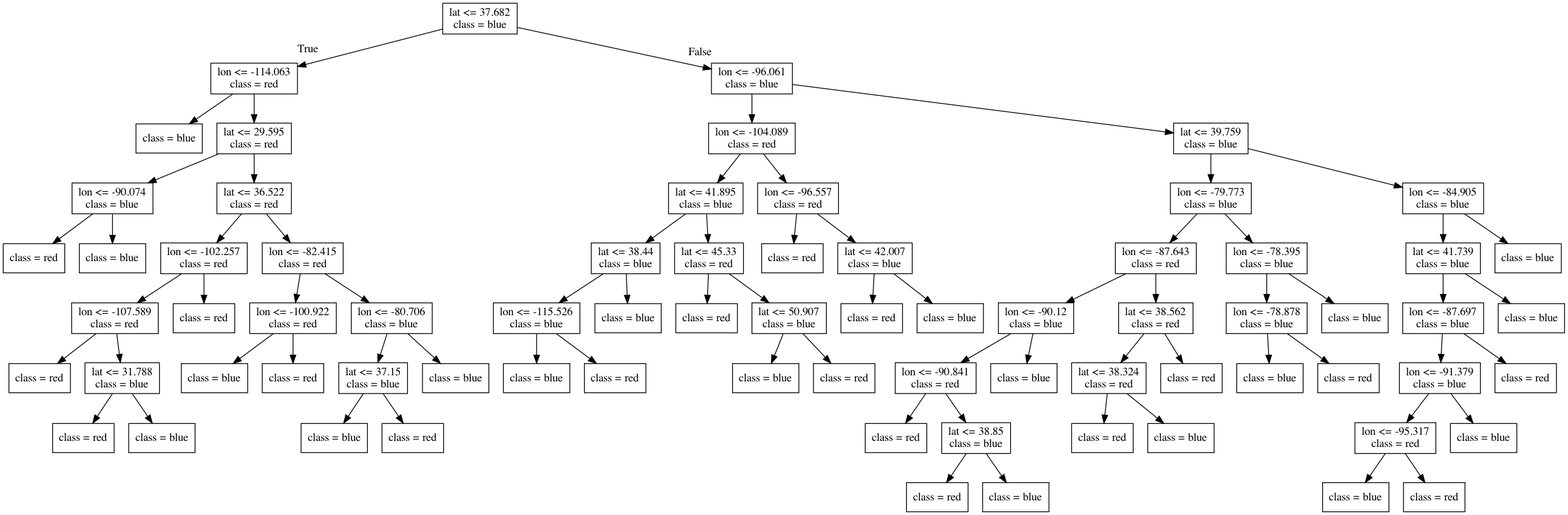
Above: lectures/Source.gv.png in bait509-ubc/BAIT509 (Graphviz), before the change. Its source is kept beside it as lectures/Source.gv.
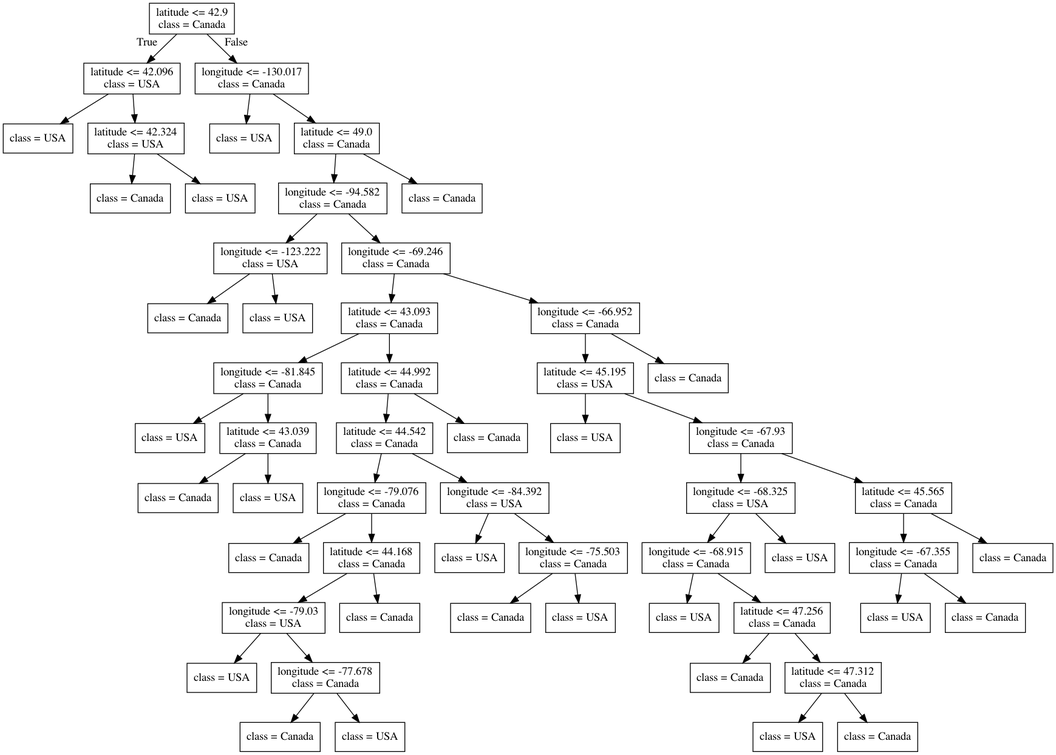
After the commit.

Change to the diagram source:
```diff
@@ -1,148 +1,116 @@
 digraph Tree {
 node [shape=box] ;
-0 [label="lat <= 37.682\nclass = blue"] ;
-1 [label="lon <= -114.063\nclass = red"] ;
+0 [label="latitude <= 42.9\nclass = Canada"] ;
+1 [label="latitude <= 42.096\nclass = USA"] ;
 0 -> 1 [labeldistance=2.5, labelangle=45, headlabel="True"] ;
-2 [label="class = blue"] ;
+2 [label="class = USA"] ;
 1 -> 2 ;
-3 [label="lat <= 29.595\nclass = red"] ;
+3 [label="latitude <= 42.324\nclass = USA"] ;
 1 -> 3 ;
-4 [label="lon <= -90.074\nclass = blue"] ;
+4 [label="class = Canada"] ;
 3 -> 4 ;
-5 [label="class = red"] ;
-4 -> 5 ;
-6 [label="class = blue"] ;
-4 -> 6 ;
-7 [label="lat <= 36.522\nclass = red"] ;
-3 -> 7 ;
-8 [label="lon <= -102.257\nclass = red"] ;
-7 -> 8 ;
-9 [label="lon <= -107.589\nclass = red"] ;
+5 [label="class = USA"] ;
+3 -> 5 ;
+6 [label="longitude <= -130.017\nclass = Canada"] ;
+0 -> 6 [labeldistance=2.5, labelangle=-45, headlabel="False"] ;
+7 [label="class = USA"] ;
+6 -> 7 ;
+8 [label="latitude <= 49.0\nclass = Canada"] ;
+6 -> 8 ;
+9 [label="longitude <= -94.582\nclass = Canada"] ;
 8 -> 9 ;
-10 [label="class = red"] ;
+10 [label="longitude <= -123.222\nclass = USA"] ;
 9 -> 10 ;
-11 [label="lat <= 31.788\nclass = blue"] ;
-9 -> 11 ;
-12 [label="class = red"] ;
-11 -> 12 ;
-13 [label="class = blue"] ;
-11 -> 13 ;
-14 [label="class = red"] ;
-8 -> 14 ;
-15 [label="lon <= -82.415\nclass = red"] ;
-7 -> 15 ;
-16 [label="lon <= -100.922\nclass = red"] ;
+11 [label="class = Canada"] ;
+10 -> 11 ;
+12 [label="class = USA"] ;
+10 -> 12 ;
+13 [label="longitude <= -69.246\nclass = Canada"] ;
+9 -> 13 ;
+14 [label="latitude <= 43.093\nclass = Canada"] ;
+13 -> 14 ;
+15 [label="longitude <= -81.845\nclass = Canada"] ;
+14 -> 15 ;
+16 [label="class = USA"] ;
 15 -> 16 ;
-17 [label="class = blue"] ;
-16 -> 17 ;
-18 [label="class = red"] ;
-16 -> 18 ;
-19 [label="lon <= -80.706\nclass = blue"] ;
-15 -> 19 ;
-20 [label="lat <= 37.15\nclass = blue"] ;
-19 -> 20 ;
-21 [label="class = blue"] ;
+17 [label="latitude <= 43.039\nclass = Canada"] ;
+15 -> 17 ;
+18 [label="class = Canada"] ;
+17 -> 18 ;
+19 [label="class = USA"] ;
+17 -> 19 ;
+20 [label="latitude <= 44.992\nclass = Canada"] ;
+14 -> 20 ;
+21 [label="latitude <= 44.542\nclass = Canada"] ;
 20 -> 21 ;
-22 [label="class = red"] ;
-20 -> 22 ;
-23 [label="class = blue"] ;
-19 -> 23 ;
-24 [label="lon <= -96.061\nclass = blue"] ;
-0 -> 24 [labeldistance=2.5, labelangle=-45, headlabel="False"] ;
-25 [label="lon <= -104.089\nclass = red"] ;
+22 [label="longitude <= -79.076\nclass = Canada"] ;
+21 -> 22 ;
+23 [label="class = Canada"] ;
+22 -> 23 ;
+24 [label="latitude <= 44.168\nclass = Canada"] ;
+22 -> 24 ;
+25 [label="longitude <= -79.03\nclass = USA"] ;
 24 -> 25 ;
-26 [label="lat <= 41.895\nclass = blue"] ;
+26 [label="class = USA"] ;
 25 -> 26 ;
-27 [label="lat <= 38.44\nclass = blue"] ;
-26 -> 27 ;
-28 [label="lon <= -115.526\nclass = blue"] ;
+27 [label="longitude <= -77.678\nclass = Canada"] ;
+25 -> 27 ;
+28 [label="class = Canada"] ;
 27 -> 28 ;
-29 [label="class = blue"] ;
-28 -> 29 ;
-30 [label="class = red"] ;
-28 -> 30 ;
-31 [label="class = blue"] ;
-27 -> 31 ;
-32 [label="lat <= 45.33\nclass = red"] ;
-26 -> 32 ;
-33 [label="class = red"] ;
-32 -> 33 ;
-34 [label="lat <= 50.907\nclass = blue"] ;
-32 -> 34 ;
-35 [label="class = blue"] ;
-34 -> 35 ;
-36 [label="class = red"] ;
-34 -> 36 ;
-37 [label="lon <= -96.557\nclass = red"] ;
-25 -> 37 ;
-38 [label="class = red"] ;
+29 [label="class = USA"] ;
+27 -> 29 ;
+30 [label="class = Canada"] ;
+24 -> 30 ;
+31 [label="longitude <= -84.392\nclass = USA"] ;
+21 -> 31 ;
+32 [label="class = USA"] ;
+31 -> 32 ;
+33 [label="longitude <= -75.503\nclass = Canada"] ;
+31 -> 33 ;
+34 [label="class = Canada"] ;
+33 -> 34 ;
+35 [label="class = USA"] ;
+33 -> 35 ;
+36 [label="class = Canada"] ;
+20 -> 36 ;
+37 [label="longitude <= -66.952\nclass = Canada"] ;
+13 -> 37 ;
+38 [label="latitude <= 45.195\nclass = USA"] ;
 37 -> 38 ;
-39 [label="lat <= 42.007\nclass = blue"] ;
-37 -> 39 ;
-40 [label="class = red"] ;
-39 -> 40 ;
-41 [label="class = blue"] ;
-39 -> 41 ;
-42 [label="lat <= 39.759\nclass = blue"] ;
-24 -> 42 ;
-43 [label="lon <= -79.773\nclass = blue"] ;
+39 [label="class = USA"] ;
+38 -> 39 ;
+40 [label="longitude <= -67.93\nclass = Canada"] ;
+38 -> 40 ;
+41 [label="longitude <= -68.325\nclass = USA"] ;
+40 -> 41 ;
+42 [label="longitude <= -68.915\nclass = Canada"] ;
+41 -> 42 ;
+43 [label="class = USA"] ;
 42 -> 43 ;
-44 [label="lon <= -87.643\nclass = red"] ;
-43 -> 44 ;
-45 [label="lon <= -90.12\nclass = blue"] ;
+44 [label="latitude <= 47.256\nclass = Canada"] ;
+42 -> 44 ;
+45 [label="class = Canada"] ;
 44 -> 45 ;
-46 [label="lon <= -90.841\nclass = red"] ;
-45 -> 46 ;
-47 [label="class = red"] ;
+46 [label="latitude <= 47.312\nclass = Canada"] ;
+44 -> 46 ;
+47 [label="class = USA"] ;
 46 -> 47 ;
-48 [label="lat <= 38.85\nclass = blue"] ;
+48 [label="class = Canada"] ;
 46 -> 48 ;
-49 [label="class = red"] ;
-48 -> 49 ;
-50 [label="class = blue"] ;
-48 -> 50 ;
-51 [label="class = blue"] ;
-45 -> 51 ;
-52 [label="lat <= 38.562\nclass = red"] ;
-44 -> 52 ;
-53 [label="lat <= 38.324\nclass = red"] ;
-52 -> 53 ;
-54 [label="class = red"] ;
-53 -> 54 ;
-55 [label="class = blue"] ;
-53 -> 55 ;
-56 [label="class = red"] ;
-52 -> 56 ;
-57 [label="lon <= -78.395\nclass = blue"] ;
-43 -> 57 ;
-58 [label="lon <= -78.878\nclass = blue"] ;
-57 -> 58 ;
-59 [label="class = blue"] ;
-58 -> 59 ;
-60 [label="class = red"] ;
-58 -> 60 ;
-61 [label="class = blue"] ;
-57 -> 61 ;
-62 [label="lon <= -84.905\nclass = blue"] ;
-42 -> 62 ;
-63 [label="lat <= 41.739\nclass = blue"] ;
-62 -> 63 ;
-64 [label="lon <= -87.697\nclass = blue"] ;
-63 -> 64 ;
-65 [label="lon <= -91.379\nclass = blue"] ;
-64 -> 65 ;
-66 [label="lon <= -95.317\nclass = red"] ;
-65 -> 66 ;
-67 [label="class = blue"] ;
-66 -> 67 ;
-68 [label="class = red"] ;
-66 -> 68 ;
-69 [label="class = blue"] ;
-65 -> 69 ;
-70 [label="class = red"] ;
-64 -> 70 ;
-71 [label="class = blue"] ;
-63 -> 71 ;
-72 [label="class = blue"] ;
-62 -> 72 ;
+49 [label="class = USA"] ;
+41 -> 49 ;
+50 [label="latitude <= 45.565\nclass = Canada"] ;
+40 -> 50 ;
+51 [label="longitude <= -67.355\nclass = Canada"] ;
+50 -> 51 ;
+52 [label="class = USA"] ;
+51 -> 52 ;
+53 [label="class = Canada"] ;
+51 -> 53 ;
+54 [label="class = Canada"] ;
+50 -> 54 ;
+55 [label="class = Canada"] ;
+37 -> 55 ;
+56 [label="class = Canada"] ;
+8 -> 56 ;
 }
```
